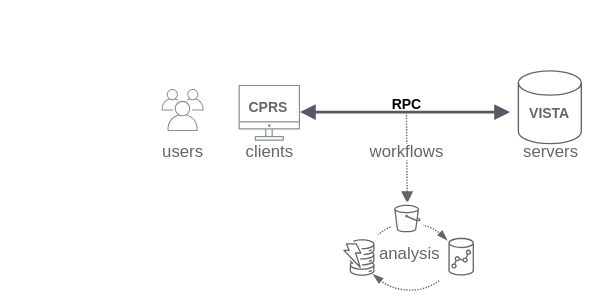
The draw.io diagram img/vaa-overview.svg in cloudvista/vaa, before a commit. Source tidied: cells renumbered, new cells last; positions are measured from the earlier drawing's top-left corner, leaving out a move shared by most shapes.
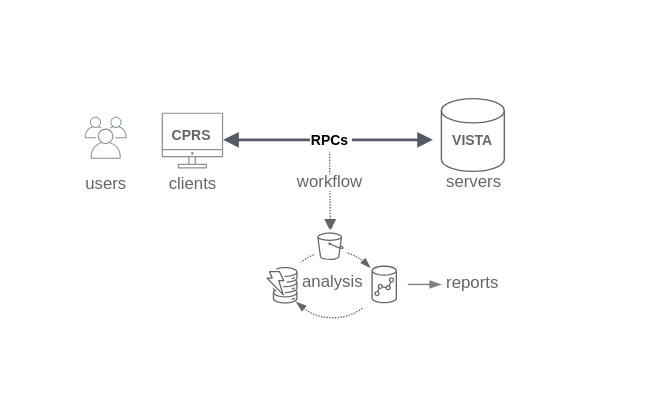
Above is the later version.

What changed in the source:
```diff
@@ -2,6 +2,9 @@
   <root>
     <mxCell id="0" />
     <mxCell id="1" parent="0" />
+    <mxCell id="28" style="rounded=1;whiteSpace=wrap;html=1;strokeColor=none;" parent="1" vertex="1">
+      <mxGeometry x="55.5" y="-20" width="470" height="290" as="geometry" />
+    </mxCell>
     <mxCell id="2" style="sketch=0;gradientColor=none;fontColor=#545B64;strokeColor=none;fillColor=#879196;dashed=0;verticalLabelPosition=bottom;verticalAlign=top;align=center;html=1;fontSize=12;fontStyle=0;shape=mxgraph.aws4.illustration_users;" parent="1" vertex="1">
       <mxGeometry x="115" y="63" width="30" height="30" as="geometry" />
     </mxCell>
@@ -20,20 +23,17 @@
     <mxCell id="6" value="&lt;b&gt;&lt;font style=&quot;font-size: 10px;&quot;&gt;VISTA&lt;/font&gt;&lt;/b&gt;" style="text;html=1;align=center;verticalAlign=middle;strokeColor=none;fillColor=none;strokeWidth=1;fontColor=#666666;" parent="1" vertex="1">
       <mxGeometry x="366.5" y="65" width="50" height="30" as="geometry" />
     </mxCell>
-    <mxCell id="7" value="RPC" style="text;html=1;align=center;verticalAlign=middle;strokeColor=none;fillColor=none;strokeWidth=1;fontStyle=1;fontSize=10;" parent="1" vertex="1">
-      <mxGeometry x="270.5" y="59" width="40" height="30" as="geometry" />
-    </mxCell>
     <mxCell id="8" value="&lt;b&gt;&lt;font style=&quot;font-size: 10px;&quot;&gt;CPRS&lt;/font&gt;&lt;/b&gt;" style="text;html=1;align=center;verticalAlign=middle;strokeColor=none;fillColor=none;strokeWidth=1;fontColor=#666666;" parent="1" vertex="1">
       <mxGeometry x="166" y="61" width="50" height="30" as="geometry" />
     </mxCell>
     <mxCell id="9" value="servers" style="text;html=1;align=center;verticalAlign=middle;strokeColor=none;fillColor=none;strokeWidth=1;fontColor=#666666;" parent="1" vertex="1">
-      <mxGeometry x="362.5" y="93" width="60" height="30" as="geometry" />
+      <mxGeometry x="362.5" y="95" width="60" height="30" as="geometry" />
     </mxCell>
     <mxCell id="10" value="clients" style="text;html=1;align=center;verticalAlign=middle;strokeColor=none;fillColor=none;strokeWidth=1;fontColor=#666666;" parent="1" vertex="1">
-      <mxGeometry x="162" y="93" width="60" height="30" as="geometry" />
+      <mxGeometry x="162" y="96" width="60" height="30" as="geometry" />
     </mxCell>
     <mxCell id="11" value="users" style="text;html=1;align=center;verticalAlign=middle;strokeColor=none;fillColor=none;strokeWidth=1;fontColor=#666666;" parent="1" vertex="1">
-      <mxGeometry x="105" y="93" width="50" height="30" as="geometry" />
+      <mxGeometry x="105" y="96" width="50" height="30" as="geometry" />
     </mxCell>
     <mxCell id="12" style="endArrow=none;dashed=1;html=1;fontColor=#666666;startArrow=block;startFill=1;strokeWidth=1;dashPattern=1 1;strokeColor=#666666;" parent="1" edge="1">
       <mxGeometry relative="1" as="geometry">
@@ -75,16 +75,33 @@
       <mxGeometry x="1.5" y="2.3" width="18.9" height="19.7" as="geometry" />
     </mxCell>
     <mxCell id="24" style="group;" parent="1" vertex="1">
-      <mxGeometry x="260" y="93" width="70" height="30" as="geometry" />
+      <mxGeometry x="260" y="95" width="70" height="30" as="geometry" />
     </mxCell>
     <mxCell id="25" style="rounded=1;whiteSpace=wrap;html=1;strokeColor=none;strokeWidth=1;fontSize=10;fontColor=#666666;fillColor=#FFFFFF;gradientColor=none;" parent="24" vertex="1">
       <mxGeometry x="11.2" y="9" width="39.5" height="12" as="geometry" />
     </mxCell>
-    <mxCell id="26" value="workflows" style="text;html=1;align=center;verticalAlign=middle;strokeColor=none;fillColor=none;strokeWidth=1;fontColor=#666666;" parent="24" vertex="1">
-      <mxGeometry x="-10" width="80" height="30" as="geometry" />
+    <mxCell id="26" value="workflow" style="text;html=1;align=center;verticalAlign=middle;strokeColor=none;fillColor=none;strokeWidth=1;fontColor=#666666;" parent="24" vertex="1">
+      <mxGeometry x="-5" width="70" height="30" as="geometry" />
     </mxCell>
-    <mxCell id="27" style="rounded=1;whiteSpace=wrap;html=1;strokeColor=none;" parent="1" vertex="1">
-      <mxGeometry width="40" height="30" as="geometry" />
-    </mxCell>
+    <mxCell id="29" style="edgeStyle=none;html=1;endArrow=blockThin;endFill=1;strokeColor=#808080;" parent="1" edge="1" source="16">
+      <mxGeometry relative="1" as="geometry">
+        <mxPoint x="370" y="182.9" as="targetPoint" />
+      </mxGeometry>
+    </mxCell>
+    <mxCell id="30" style="group;" parent="1" vertex="1">
+      <mxGeometry x="361.5" y="166.9" width="70" height="30" as="geometry" />
+    </mxCell>
+    <mxCell id="31" style="rounded=1;whiteSpace=wrap;html=1;strokeColor=none;strokeWidth=1;fontSize=10;fontColor=#666666;fillColor=#FFFFFF;gradientColor=none;" parent="30" vertex="1">
+      <mxGeometry x="11.2" y="9" width="39.5" height="12" as="geometry" />
+    </mxCell>
+    <mxCell id="32" value="reports" style="text;html=1;align=center;verticalAlign=middle;strokeColor=none;fillColor=none;strokeWidth=1;fontColor=#666666;" parent="30" vertex="1">
+      <mxGeometry width="60" height="30" as="geometry" />
+    </mxCell>
+    <mxCell id="33" style="rounded=0;whiteSpace=wrap;html=1;strokeColor=none;" parent="1" vertex="1">
+      <mxGeometry x="276" y="68" width="30" height="20" as="geometry" />
+    </mxCell>
+    <mxCell id="7" value="RPCs" style="text;html=1;align=center;verticalAlign=middle;strokeColor=none;fillColor=none;strokeWidth=1;fontStyle=1;fontSize=10;" parent="1" vertex="1">
+      <mxGeometry x="265.5" y="65" width="50" height="30" as="geometry" />
+    </mxCell>
   </root>
 </mxGraphModel>
```
